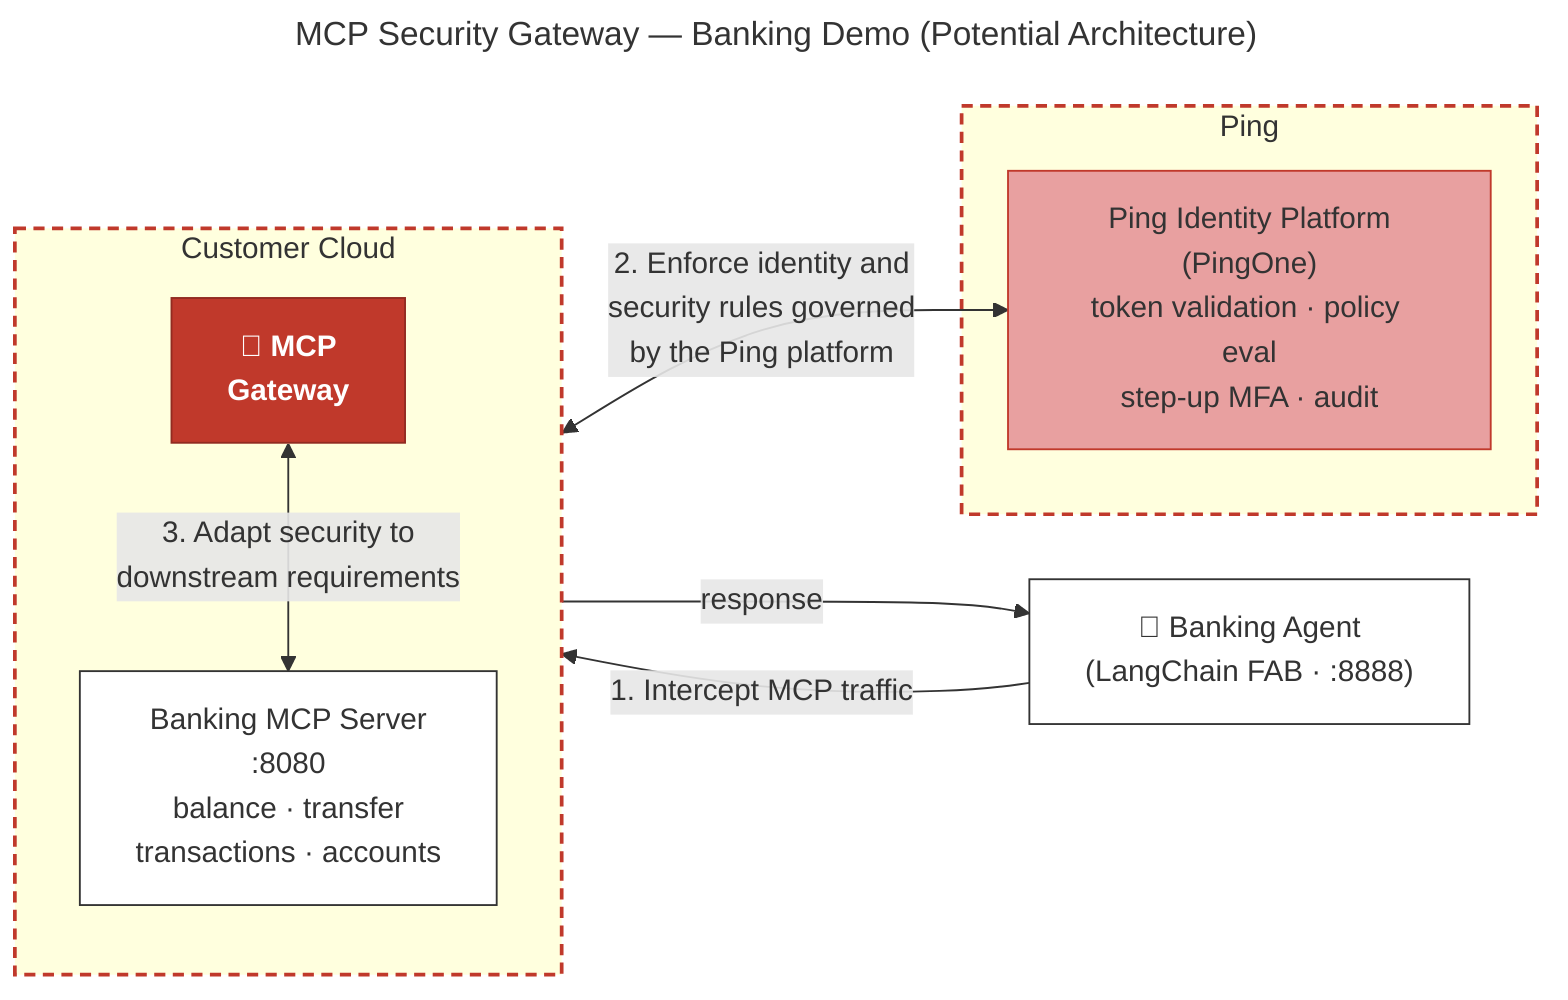
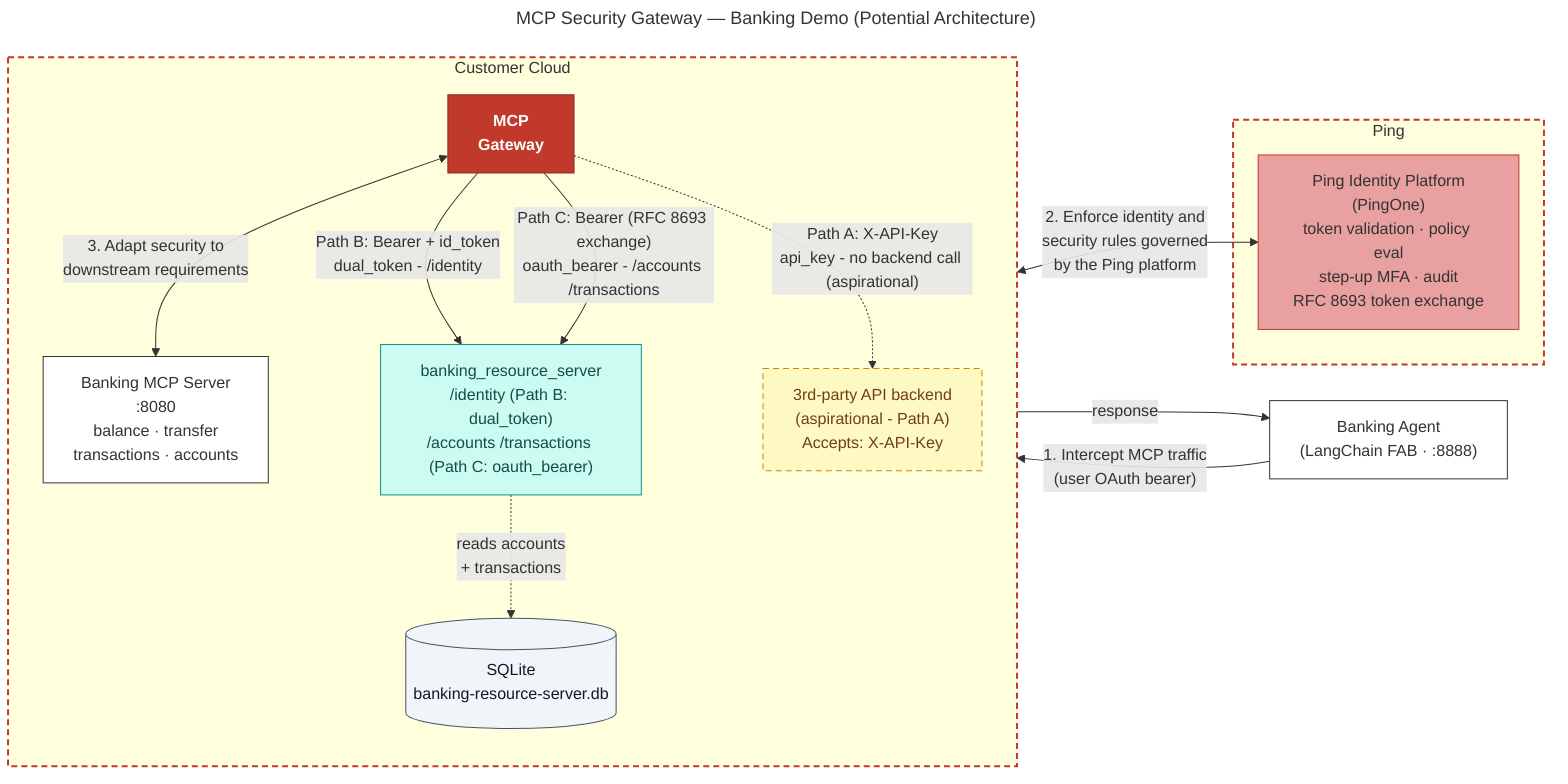
---
title: MCP Security Gateway — Banking Demo (Potential Architecture)
---
+ %% Phase 266 R2 (2026-05-11): One gateway, three credential mechanisms.
+ %% Path A (api_key): OAuth bearer dropped; X-API-Key injected — Gateway-terminating, no backend call.
+ %% Path B (dual_token): Bearer + id_token forwarded to banking_resource_server /identity.
+ %% Path C (oauth_bearer): RFC 8693 exchange; Bearer (new aud) to banking_resource_server /accounts /transactions (SQLite).
+ %% Paths B and C both reach the same banking_resource_server backend at different routes.
flowchart LR
-     BANKING_AGENT["🤖 Banking Agent\n(LangChain FAB · :8888)"]
+     BANKING_AGENT["Banking Agent\n(LangChain FAB · :8888)"]

    subgraph Customer["Customer Cloud"]
        direction TB
-         GATEWAY["🔴 MCP\nGateway"]
+         GATEWAY["MCP\nGateway"]
        MCP_SERVER["Banking MCP Server\n:8080\nbalance · transfer\ntransactions · accounts"]
        GATEWAY <-->|"3. Adapt security to\ndownstream requirements"| MCP_SERVER
+         BANKING_RS["banking_resource_server\n/identity (Path B: dual_token)\n/accounts /transactions (Path C: oauth_bearer)"]
+         SQLITE[("SQLite\nbanking-resource-server.db")]
+         API_KEY_BACKEND["3rd-party API backend\n(aspirational - Path A)\nAccepts: X-API-Key"]
    end

    subgraph Ping["Ping"]
-         PING["Ping Identity Platform\n(PingOne)\ntoken validation · policy eval\nstep-up MFA · audit"]
+         PING["Ping Identity Platform\n(PingOne)\ntoken validation · policy eval\nstep-up MFA · audit\nRFC 8693 token exchange"]
    end

-     BANKING_AGENT -->|"1. Intercept MCP traffic"| GATEWAY
+     BANKING_AGENT -->|"1. Intercept MCP traffic\n(user OAuth bearer)"| GATEWAY
    GATEWAY -->|"response"| BANKING_AGENT
    GATEWAY <-->|"2. Enforce identity and\nsecurity rules governed\nby the Ping platform"| PING
+ 
+     %% Phase 266 R2: Three outbound credential paths from the Gateway
+     GATEWAY -->|"Path B: Bearer + id_token\ndual_token - /identity"| BANKING_RS
+     GATEWAY -->|"Path C: Bearer (RFC 8693 exchange)\noauth_bearer - /accounts /transactions"| BANKING_RS
+     GATEWAY -.->|"Path A: X-API-Key\napi_key - no backend call (aspirational)"| API_KEY_BACKEND
+     BANKING_RS -.->|"reads accounts\n+ transactions"| SQLITE

    style GATEWAY fill:#c0392b,color:#fff,stroke:#922b21,font-weight:bold
    style PING fill:#e8a0a0,color:#333,stroke:#c0392b
    style BANKING_AGENT fill:#ffffff,stroke:#333
    style MCP_SERVER fill:#ffffff,stroke:#333
+     style BANKING_RS fill:#ccfbf1,stroke:#0d9488,color:#134e4a
+     style SQLITE fill:#f1f5f9,stroke:#475569,color:#0f172a
+     style API_KEY_BACKEND fill:#fef9c3,stroke:#ca8a04,color:#713f12,stroke-dasharray: 6 4
    style Customer stroke:#c0392b,stroke-width:2px,stroke-dasharray: 6 4,color:#333
    style Ping stroke:#c0392b,stroke-width:2px,stroke-dasharray: 6 4,color:#333
